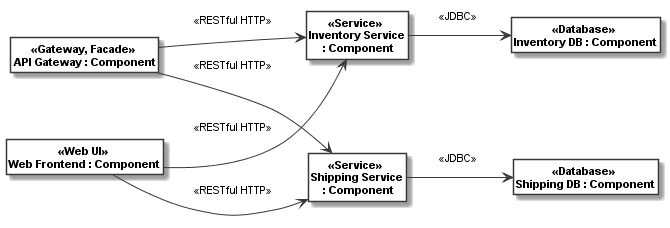
Above: docs/_images/microservice_component_model2.png in uzdun/CodeableModels (PlantUML), before the change.
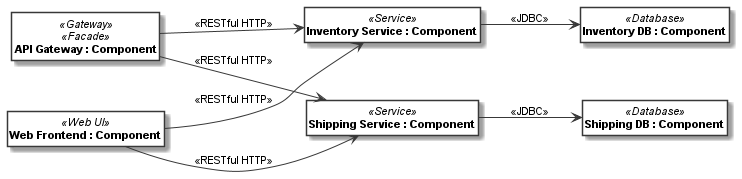
Later version of the same file.

The edit, as a diff of the source:
```diff
@@ -5,18 +5,17 @@
 hide circle
 skinparam defaultFontName Arial
 skinparam defaultFontSize 11
-skinparam classfontstyle bold
 left to right direction
-class "«Gateway, Facade» \nAPI Gateway : Component" as __1_API_Gateway
-class "«Service» \nInventory Service\n : Component" as __2_Inventory_Service
-class "«Web UI» \nWeb Frontend : Component" as __3_Web_Frontend
-class "«Service» \nShipping Service\n : Component" as __4_Shipping_Service
-class "«Database» \nShipping DB : Component" as __5_Shipping_DB
-class "«Database» \nInventory DB : Component" as __6_Inventory_DB
-__1_API_Gateway --> __2_Inventory_Service: "«RESTful HTTP» \n"
-__1_API_Gateway --> __4_Shipping_Service: "«RESTful HTTP» \n"
-__2_Inventory_Service --> __6_Inventory_DB: "«JDBC» \n"
-__3_Web_Frontend --> __2_Inventory_Service: "«RESTful HTTP» \n"
-__3_Web_Frontend --> __4_Shipping_Service: "«RESTful HTTP» \n"
-__4_Shipping_Service --> __5_Shipping_DB: "«JDBC» \n"
+class "<b>API Gateway : Component</b>" as __1_API_Gateway <<Gateway>><<Facade>>
+class "<b>Inventory Service : Component</b>" as __2_Inventory_Service <<Service>>
+class "<b>Web Frontend : Component</b>" as __3_Web_Frontend <<Web UI>>
+class "<b>Shipping Service : Component</b>" as __4_Shipping_Service <<Service>>
+class "<b>Shipping DB : Component</b>" as __5_Shipping_DB <<Database>>
+class "<b>Inventory DB : Component</b>" as __6_Inventory_DB <<Database>>
+__1_API_Gateway --> __2_Inventory_Service: <<RESTful HTTP>>
+__1_API_Gateway --> __4_Shipping_Service: <<RESTful HTTP>>
+__2_Inventory_Service --> __6_Inventory_DB: <<JDBC>>
+__3_Web_Frontend --> __2_Inventory_Service: <<RESTful HTTP>>
+__3_Web_Frontend --> __4_Shipping_Service: <<RESTful HTTP>>
+__4_Shipping_Service --> __5_Shipping_DB: <<JDBC>>
 @enduml
```
